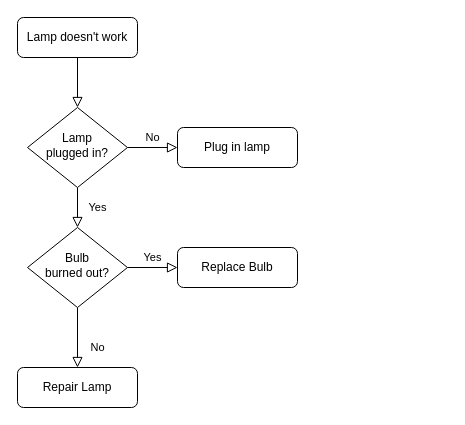
Above: 未命名绘图.drawio in zhaoShuang1/demo (draw.io), before the change. Source tidied: cells renumbered, new cells numbered last; positions are measured from the earlier drawing's top-left corner, leaving out a move shared by most shapes. Both pictures are drawn from the tidied source at 100%, with x=0, y=0 at pixel (17, 17).
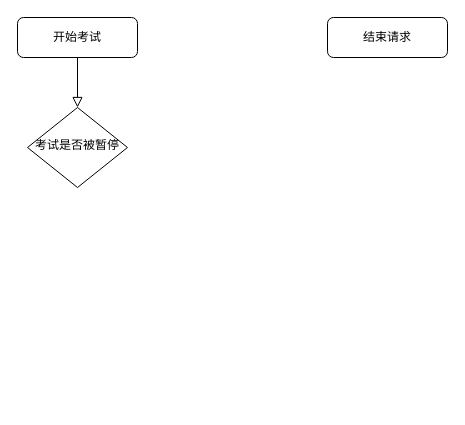
Above is the later version.

Change to the diagram source:
```diff
@@
 <mxGraphModel>
   <root>
     <mxCell id="0" />
     <mxCell id="1" parent="0" />
     <mxCell id="2" style="rounded=0;html=1;jettySize=auto;fontSize=11;endArrow=block;endFill=0;endSize=8;strokeWidth=1;shadow=0;labelBackgroundColor=none;edgeStyle=orthogonalEdgeStyle;" parent="1" edge="1" source="3" target="6">
       <mxGeometry relative="1" as="geometry" />
     </mxCell>
-    <mxCell id="3" value="Lamp doesn't work" style="rounded=1;whiteSpace=wrap;html=1;fontSize=12;glass=0;strokeWidth=1;shadow=0;" parent="1" vertex="1">
+    <mxCell id="3" value="开始考试" style="rounded=1;whiteSpace=wrap;html=1;fontSize=12;glass=0;strokeWidth=1;shadow=0;" parent="1" vertex="1">
       <mxGeometry width="120" height="40" as="geometry" />
     </mxCell>
-    <mxCell id="4" value="Yes" style="rounded=0;html=1;jettySize=auto;fontSize=11;endArrow=block;endFill=0;endSize=8;strokeWidth=1;shadow=0;labelBackgroundColor=none;edgeStyle=orthogonalEdgeStyle;" parent="1" edge="1" source="6" target="10">
-      <mxGeometry y="20" relative="1" as="geometry" />
-    </mxCell>
-    <mxCell id="5" value="No" style="edgeStyle=orthogonalEdgeStyle;rounded=0;html=1;jettySize=auto;fontSize=11;endArrow=block;endFill=0;endSize=8;strokeWidth=1;shadow=0;labelBackgroundColor=none;" parent="1" edge="1" source="6" target="7">
-      <mxGeometry y="10" relative="1" as="geometry" />
-    </mxCell>
-    <mxCell id="6" value="Lamp&lt;br&gt;plugged in?" style="rhombus;whiteSpace=wrap;html=1;shadow=0;fontFamily=Helvetica;fontSize=12;align=center;strokeWidth=1;spacing=6;spacingTop=-4;" parent="1" vertex="1">
+    <mxCell id="6" value="考试是否被暂停" style="rhombus;whiteSpace=wrap;html=1;shadow=0;fontFamily=Helvetica;fontSize=12;align=center;strokeWidth=1;spacing=6;spacingTop=-4;" parent="1" vertex="1">
       <mxGeometry x="10" y="90" width="100" height="80" as="geometry" />
     </mxCell>
-    <mxCell id="7" value="Plug in lamp" style="rounded=1;whiteSpace=wrap;html=1;fontSize=12;glass=0;strokeWidth=1;shadow=0;" parent="1" vertex="1">
-      <mxGeometry x="160" y="110" width="120" height="40" as="geometry" />
-    </mxCell>
-    <mxCell id="8" value="No" style="rounded=0;html=1;jettySize=auto;fontSize=11;endArrow=block;endFill=0;endSize=8;strokeWidth=1;shadow=0;labelBackgroundColor=none;edgeStyle=orthogonalEdgeStyle;" parent="1" edge="1" source="10" target="11">
-      <mxGeometry x="0.33" y="20" relative="1" as="geometry" />
-    </mxCell>
-    <mxCell id="9" value="Yes" style="edgeStyle=orthogonalEdgeStyle;rounded=0;html=1;jettySize=auto;fontSize=11;endArrow=block;endFill=0;endSize=8;strokeWidth=1;shadow=0;labelBackgroundColor=none;" parent="1" edge="1" source="10" target="12">
-      <mxGeometry y="10" relative="1" as="geometry" />
-    </mxCell>
-    <mxCell id="10" value="Bulb&lt;br&gt;burned out?" style="rhombus;whiteSpace=wrap;html=1;shadow=0;fontFamily=Helvetica;fontSize=12;align=center;strokeWidth=1;spacing=6;spacingTop=-4;" parent="1" vertex="1">
-      <mxGeometry x="10" y="210" width="100" height="80" as="geometry" />
-    </mxCell>
-    <mxCell id="11" value="Repair Lamp" style="rounded=1;whiteSpace=wrap;html=1;fontSize=12;glass=0;strokeWidth=1;shadow=0;" parent="1" vertex="1">
-      <mxGeometry y="350" width="120" height="40" as="geometry" />
-    </mxCell>
-    <mxCell id="12" value="Replace Bulb" style="rounded=1;whiteSpace=wrap;html=1;fontSize=12;glass=0;strokeWidth=1;shadow=0;" parent="1" vertex="1">
-      <mxGeometry x="160" y="230" width="120" height="40" as="geometry" />
-    </mxCell>
+    <mxCell id="13" value="结束请求" style="rounded=1;whiteSpace=wrap;html=1;fontSize=12;glass=0;strokeWidth=1;shadow=0;" parent="1" vertex="1">
+      <mxGeometry x="310" width="120" height="40" as="geometry" />
+    </mxCell>
   </root>
 </mxGraphModel>
```
